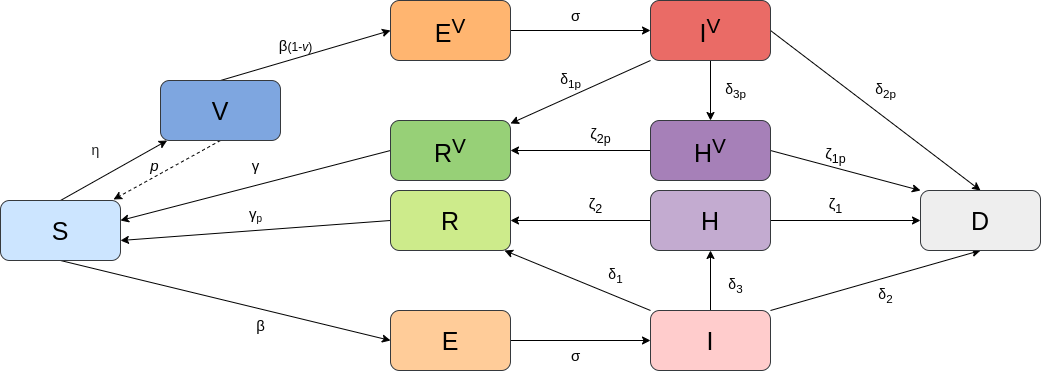
Above: COVID/SEIHRV.drawio.png in MarinaCatala/DiseaseSpread (draw.io), before the change. Source tidied: cells renumbered, new cells last; positions are measured from the earlier drawing's top-left corner, leaving out a move shared by most shapes.
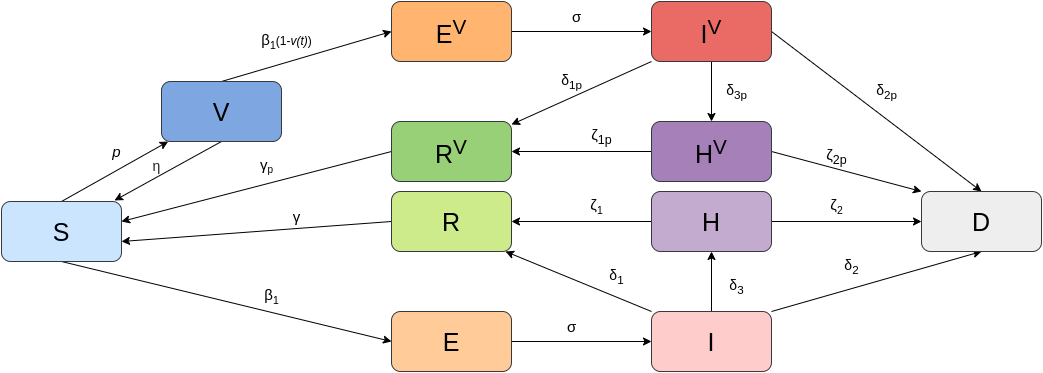
Above is the later version.

Diff of the diagram source:
```diff
@@ -84,7 +84,7 @@
     <mxCell id="27" style="edgeStyle=none;rounded=0;jettySize=auto;html=1;exitX=0.5;exitY=0;exitDx=0;exitDy=0;entryX=0;entryY=0.5;entryDx=0;entryDy=0;" parent="1" edge="1" source="29" target="26">
       <mxGeometry relative="1" as="geometry" />
     </mxCell>
-    <mxCell id="28" style="edgeStyle=none;rounded=0;jettySize=auto;html=1;exitX=0.5;exitY=1;exitDx=0;exitDy=0;entryX=0.942;entryY=-0.017;entryDx=0;entryDy=0;entryPerimeter=0;dashed=1;" parent="1" edge="1" source="29" target="4">
+    <mxCell id="28" style="edgeStyle=none;rounded=0;jettySize=auto;html=1;exitX=0.5;exitY=1;exitDx=0;exitDy=0;entryX=0.942;entryY=-0.017;entryDx=0;entryDy=0;entryPerimeter=0;" parent="1" edge="1" source="29" target="4">
       <mxGeometry relative="1" as="geometry" />
     </mxCell>
     <mxCell id="29" value="&lt;font style=&quot;font-size: 25px;&quot;&gt;V&lt;/font&gt;" style="rounded=1;whiteSpace=wrap;html=1;fillColor=#7EA6E0;strokeColor=#36393d;fillStyle=auto;" parent="1" vertex="1">
@@ -94,28 +94,28 @@
       <mxGeometry x="920" y="190" width="120" height="60" as="geometry" />
     </mxCell>
     <mxCell id="31" value="&lt;span style=&quot;color: rgb(32, 33, 34); font-family: sans-serif; font-size: 14px; text-align: start; background-color: rgb(255, 255, 255);&quot;&gt;η&lt;/span&gt;" style="text;html=1;align=center;verticalAlign=middle;strokeColor=none;fillColor=none;" parent="1" vertex="1">
-      <mxGeometry x="80" y="135" width="30" height="30" as="geometry" />
+      <mxGeometry x="140" y="150" width="30" height="30" as="geometry" />
     </mxCell>
-    <mxCell id="32" value="&lt;font style=&quot;font-size: 15px;&quot;&gt;&lt;span title=&quot;Texto en idioma griego&quot; lang=&quot;el&quot;&gt;&lt;a class=&quot;mw-selflink selflink&quot;&gt;β&lt;/a&gt;&lt;/span&gt;&lt;/font&gt;(1-&lt;i&gt;v&lt;/i&gt;)" style="text;html=1;align=center;verticalAlign=middle;strokeColor=none;fillColor=none;" parent="1" vertex="1">
-      <mxGeometry x="265" y="30" width="60" height="30" as="geometry" />
+    <mxCell id="32" value="&lt;font style=&quot;&quot;&gt;&lt;span style=&quot;&quot; title=&quot;Texto en idioma griego&quot; lang=&quot;el&quot;&gt;&lt;a style=&quot;&quot; class=&quot;mw-selflink selflink&quot;&gt;&lt;span style=&quot;font-size: 15px;&quot;&gt;β&lt;/span&gt;&lt;span style=&quot;font-size: 12.5px;&quot;&gt;&lt;sub&gt;1&lt;/sub&gt;&lt;/span&gt;&lt;/a&gt;&lt;/span&gt;&lt;/font&gt;(1-&lt;i&gt;v(t)&lt;/i&gt;)" style="text;html=1;align=center;verticalAlign=middle;strokeColor=none;fillColor=none;" parent="1" vertex="1">
+      <mxGeometry x="250" y="25" width="70" height="30" as="geometry" />
     </mxCell>
-    <mxCell id="33" value="&lt;font style=&quot;font-size: 15px;&quot;&gt;&lt;span title=&quot;Texto en idioma griego&quot; lang=&quot;el&quot;&gt;&lt;a class=&quot;mw-selflink selflink&quot;&gt;β&lt;/a&gt;&lt;/span&gt;&lt;/font&gt;" style="text;html=1;align=center;verticalAlign=middle;strokeColor=none;fillColor=none;" parent="1" vertex="1">
-      <mxGeometry x="245" y="310" width="30" height="30" as="geometry" />
+    <mxCell id="33" value="&lt;font style=&quot;&quot;&gt;&lt;span style=&quot;&quot; title=&quot;Texto en idioma griego&quot; lang=&quot;el&quot;&gt;&lt;a style=&quot;&quot; class=&quot;mw-selflink selflink&quot;&gt;&lt;span style=&quot;font-size: 15px;&quot;&gt;β&lt;/span&gt;&lt;span style=&quot;font-size: 12.5px;&quot;&gt;&lt;sub&gt;1&lt;/sub&gt;&lt;/span&gt;&lt;/a&gt;&lt;/span&gt;&lt;/font&gt;" style="text;html=1;align=center;verticalAlign=middle;strokeColor=none;fillColor=none;" parent="1" vertex="1">
+      <mxGeometry x="250" y="280" width="40" height="30" as="geometry" />
     </mxCell>
     <mxCell id="34" value="&lt;font style=&quot;font-size: 15px;&quot;&gt;&lt;i&gt;p&lt;/i&gt;&lt;/font&gt;" style="text;html=1;align=center;verticalAlign=middle;strokeColor=none;fillColor=none;" parent="1" vertex="1">
-      <mxGeometry x="139" y="150" width="30" height="30" as="geometry" />
+      <mxGeometry x="100" y="135" width="30" height="30" as="geometry" />
     </mxCell>
     <mxCell id="35" value="&lt;font size=&quot;1&quot;&gt;&lt;span dir=&quot;ltr&quot; role=&quot;presentation&quot; style=&quot;left: 420.737px; top: 214.429px; font-size: 15px; font-family: sans-serif; transform: scaleX(1.01565);&quot;&gt;γ&lt;/span&gt;&lt;/font&gt;" style="text;html=1;align=center;verticalAlign=middle;strokeColor=none;fillColor=none;" parent="1" vertex="1">
-      <mxGeometry x="240" y="150" width="30" height="30" as="geometry" />
+      <mxGeometry x="280" y="200" width="30" height="30" as="geometry" />
     </mxCell>
     <mxCell id="36" value="&lt;font size=&quot;1&quot;&gt;&lt;span dir=&quot;ltr&quot; role=&quot;presentation&quot; style=&quot;left: 420.737px; top: 214.429px; font-size: 15px; font-family: sans-serif; transform: scaleX(1.01565);&quot;&gt;γ&lt;/span&gt;&lt;/font&gt;&lt;sub&gt;p&lt;/sub&gt;" style="text;html=1;align=center;verticalAlign=middle;strokeColor=none;fillColor=none;" parent="1" vertex="1">
-      <mxGeometry x="235" y="200" width="40" height="30" as="geometry" />
+      <mxGeometry x="245" y="150" width="40" height="30" as="geometry" />
     </mxCell>
     <mxCell id="37" value="&lt;font style=&quot;font-size: 15px;&quot;&gt;&lt;span dir=&quot;ltr&quot; role=&quot;presentation&quot; style=&quot;left: 414.602px; top: 375.581px; font-family: sans-serif;&quot;&gt;&lt;/span&gt;&lt;span dir=&quot;ltr&quot; role=&quot;presentation&quot; style=&quot;left: 420.737px; top: 375.581px; font-family: sans-serif; transform: scaleX(1.04058);&quot;&gt;σ&lt;/span&gt;&lt;/font&gt;&lt;br&gt;&lt;font style=&quot;font-size: 15px;&quot;&gt;&lt;span dir=&quot;ltr&quot; role=&quot;presentation&quot; style=&quot;left: 420.737px; top: 375.581px; font-family: sans-serif; transform: scaleX(1.04058);&quot;&gt;&lt;/span&gt;&lt;/font&gt;&lt;font style=&quot;font-size: 15px;&quot;&gt;&lt;span dir=&quot;ltr&quot; role=&quot;presentation&quot; style=&quot;left: 420.737px; top: 375.581px; font-family: sans-serif; transform: scaleX(1.04058);&quot;&gt;&lt;/span&gt;&lt;/font&gt;" style="text;html=1;align=center;verticalAlign=middle;strokeColor=none;fillColor=none;fontSize=15;" parent="1" vertex="1">
       <mxGeometry x="560" width="30" height="30" as="geometry" />
     </mxCell>
     <mxCell id="38" value="&lt;font style=&quot;font-size: 15px;&quot;&gt;&lt;span dir=&quot;ltr&quot; role=&quot;presentation&quot; style=&quot;left: 414.602px; top: 375.581px; font-family: sans-serif;&quot;&gt;&lt;/span&gt;&lt;span dir=&quot;ltr&quot; role=&quot;presentation&quot; style=&quot;left: 420.737px; top: 375.581px; font-family: sans-serif; transform: scaleX(1.04058);&quot;&gt;σ&lt;/span&gt;&lt;/font&gt;&lt;br&gt;&lt;font style=&quot;font-size: 15px;&quot;&gt;&lt;span dir=&quot;ltr&quot; role=&quot;presentation&quot; style=&quot;left: 420.737px; top: 375.581px; font-family: sans-serif; transform: scaleX(1.04058);&quot;&gt;&lt;/span&gt;&lt;/font&gt;&lt;font style=&quot;font-size: 15px;&quot;&gt;&lt;span dir=&quot;ltr&quot; role=&quot;presentation&quot; style=&quot;left: 420.737px; top: 375.581px; font-family: sans-serif; transform: scaleX(1.04058);&quot;&gt;&lt;/span&gt;&lt;/font&gt;" style="text;html=1;align=center;verticalAlign=middle;strokeColor=none;fillColor=none;fontSize=15;" parent="1" vertex="1">
-      <mxGeometry x="560" y="340" width="30" height="30" as="geometry" />
+      <mxGeometry x="555" y="310" width="30" height="30" as="geometry" />
     </mxCell>
     <mxCell id="39" value="&lt;font style=&quot;font-size: 14px;&quot;&gt;&lt;span dir=&quot;ltr&quot; role=&quot;presentation&quot; style=&quot;left: 420.737px; top: 647.822px; font-family: sans-serif;&quot;&gt;δ&lt;/span&gt;&lt;span dir=&quot;ltr&quot; role=&quot;presentation&quot; style=&quot;left: 430.318px; top: 656.781px; font-family: sans-serif;&quot;&gt;&lt;sub&gt;1p&lt;/sub&gt;&lt;/span&gt;&lt;span dir=&quot;ltr&quot; role=&quot;presentation&quot; style=&quot;left: 438.142px; top: 656.781px; font-family: sans-serif;&quot;&gt;&lt;/span&gt;&lt;/font&gt;" style="text;html=1;align=center;verticalAlign=middle;strokeColor=none;fillColor=none;fontSize=15;" parent="1" vertex="1">
       <mxGeometry x="545" y="65" width="50" height="30" as="geometry" />
@@ -124,7 +124,7 @@
       <mxGeometry x="595" y="260" width="40" height="30" as="geometry" />
     </mxCell>
     <mxCell id="41" value="&lt;font style=&quot;font-size: 14px;&quot;&gt;&lt;span dir=&quot;ltr&quot; role=&quot;presentation&quot; style=&quot;left: 420.737px; top: 647.822px; font-family: sans-serif;&quot;&gt;δ&lt;/span&gt;&lt;span dir=&quot;ltr&quot; role=&quot;presentation&quot; style=&quot;left: 430.318px; top: 656.781px; font-family: sans-serif;&quot;&gt;&lt;sub&gt;2&lt;/sub&gt;&lt;/span&gt;&lt;/font&gt;" style="text;html=1;align=center;verticalAlign=middle;strokeColor=none;fillColor=none;fontSize=15;" parent="1" vertex="1">
-      <mxGeometry x="865" y="280" width="40" height="30" as="geometry" />
+      <mxGeometry x="830" y="250" width="40" height="30" as="geometry" />
     </mxCell>
     <mxCell id="42" value="&lt;font style=&quot;font-size: 14px;&quot;&gt;&lt;span dir=&quot;ltr&quot; role=&quot;presentation&quot; style=&quot;left: 420.737px; top: 647.822px; font-family: sans-serif;&quot;&gt;δ&lt;/span&gt;&lt;span dir=&quot;ltr&quot; role=&quot;presentation&quot; style=&quot;left: 430.318px; top: 656.781px; font-family: sans-serif;&quot;&gt;&lt;sub&gt;2p&lt;/sub&gt;&lt;/span&gt;&lt;/font&gt;" style="text;html=1;align=center;verticalAlign=middle;strokeColor=none;fillColor=none;fontSize=15;" parent="1" vertex="1">
       <mxGeometry x="860" y="75" width="50" height="30" as="geometry" />
@@ -135,17 +135,17 @@
     <mxCell id="44" value="&lt;font style=&quot;font-size: 14px;&quot;&gt;&lt;span dir=&quot;ltr&quot; role=&quot;presentation&quot; style=&quot;left: 420.737px; top: 647.822px; font-family: sans-serif;&quot;&gt;δ&lt;/span&gt;&lt;span dir=&quot;ltr&quot; role=&quot;presentation&quot; style=&quot;left: 430.318px; top: 656.781px; font-family: sans-serif;&quot;&gt;&lt;sub&gt;3&lt;/sub&gt;&lt;/span&gt;&lt;/font&gt;" style="text;html=1;align=center;verticalAlign=middle;strokeColor=none;fillColor=none;fontSize=15;" parent="1" vertex="1">
       <mxGeometry x="715" y="270" width="40" height="30" as="geometry" />
     </mxCell>
-    <mxCell id="45" value="&lt;font style=&quot;font-size: 15px;&quot;&gt;&lt;span dir=&quot;ltr&quot; role=&quot;presentation&quot; style=&quot;left: 498.37px; top: 647.822px; font-family: sans-serif;&quot;&gt;ζ&lt;/span&gt;&lt;span dir=&quot;ltr&quot; role=&quot;presentation&quot; style=&quot;left: 507.818px; top: 656.781px; font-family: sans-serif;&quot;&gt;&lt;sub&gt;2p&lt;/sub&gt;&lt;/span&gt;&lt;span dir=&quot;ltr&quot; role=&quot;presentation&quot; style=&quot;left: 515.642px; top: 656.781px; font-family: sans-serif;&quot;&gt;&lt;/span&gt;&lt;/font&gt;" style="text;html=1;align=center;verticalAlign=middle;strokeColor=none;fillColor=none;fontSize=14;" parent="1" vertex="1">
-      <mxGeometry x="575" y="120" width="50" height="30" as="geometry" />
+    <mxCell id="45" value="&lt;font style=&quot;font-size: 15px;&quot;&gt;&lt;span dir=&quot;ltr&quot; role=&quot;presentation&quot; style=&quot;left: 498.37px; top: 647.822px; font-family: sans-serif;&quot;&gt;ζ&lt;sub&gt;1&lt;/sub&gt;&lt;/span&gt;&lt;span dir=&quot;ltr&quot; role=&quot;presentation&quot; style=&quot;left: 507.818px; top: 656.781px; font-family: sans-serif;&quot;&gt;&lt;sub&gt;p&lt;/sub&gt;&lt;/span&gt;&lt;span dir=&quot;ltr&quot; role=&quot;presentation&quot; style=&quot;left: 515.642px; top: 656.781px; font-family: sans-serif;&quot;&gt;&lt;/span&gt;&lt;/font&gt;" style="text;html=1;align=center;verticalAlign=middle;strokeColor=none;fillColor=none;fontSize=14;" parent="1" vertex="1">
+      <mxGeometry x="580" y="115" width="40" height="40" as="geometry" />
     </mxCell>
-    <mxCell id="46" value="&lt;font style=&quot;font-size: 15px;&quot;&gt;&lt;span dir=&quot;ltr&quot; role=&quot;presentation&quot; style=&quot;left: 498.37px; top: 647.822px; font-family: sans-serif;&quot;&gt;ζ&lt;/span&gt;&lt;span dir=&quot;ltr&quot; role=&quot;presentation&quot; style=&quot;left: 507.818px; top: 656.781px; font-family: sans-serif;&quot;&gt;&lt;sub&gt;2&lt;/sub&gt;&lt;/span&gt;&lt;/font&gt;" style="text;html=1;align=center;verticalAlign=middle;strokeColor=none;fillColor=none;fontSize=14;" parent="1" vertex="1">
+    <mxCell id="46" value="&lt;font style=&quot;&quot;&gt;&lt;span dir=&quot;ltr&quot; role=&quot;presentation&quot; style=&quot;left: 498.37px; top: 647.822px; font-family: sans-serif;&quot;&gt;&lt;span style=&quot;font-size: 15px;&quot;&gt;ζ&lt;/span&gt;&lt;span style=&quot;font-size: 12.5px;&quot;&gt;&lt;sub&gt;1&lt;/sub&gt;&lt;/span&gt;&lt;/span&gt;&lt;/font&gt;" style="text;html=1;align=center;verticalAlign=middle;strokeColor=none;fillColor=none;fontSize=14;" parent="1" vertex="1">
       <mxGeometry x="575" y="190" width="40" height="30" as="geometry" />
     </mxCell>
-    <mxCell id="47" value="&lt;font style=&quot;font-size: 15px;&quot;&gt;&lt;span dir=&quot;ltr&quot; role=&quot;presentation&quot; style=&quot;left: 498.37px; top: 647.822px; font-family: sans-serif;&quot;&gt;ζ&lt;/span&gt;&lt;span dir=&quot;ltr&quot; role=&quot;presentation&quot; style=&quot;left: 507.818px; top: 656.781px; font-family: sans-serif;&quot;&gt;&lt;sub&gt;1&lt;/sub&gt;&lt;/span&gt;&lt;/font&gt;" style="text;html=1;align=center;verticalAlign=middle;strokeColor=none;fillColor=none;fontSize=14;" parent="1" vertex="1">
+    <mxCell id="47" value="&lt;font style=&quot;&quot;&gt;&lt;span dir=&quot;ltr&quot; role=&quot;presentation&quot; style=&quot;left: 498.37px; top: 647.822px; font-family: sans-serif;&quot;&gt;&lt;span style=&quot;font-size: 15px;&quot;&gt;ζ&lt;/span&gt;&lt;span style=&quot;font-size: 12.5px;&quot;&gt;&lt;sub&gt;2&lt;/sub&gt;&lt;/span&gt;&lt;/span&gt;&lt;/font&gt;" style="text;html=1;align=center;verticalAlign=middle;strokeColor=none;fillColor=none;fontSize=14;" parent="1" vertex="1">
       <mxGeometry x="815" y="190" width="40" height="30" as="geometry" />
     </mxCell>
-    <mxCell id="48" value="&lt;font style=&quot;font-size: 15px;&quot;&gt;&lt;span dir=&quot;ltr&quot; role=&quot;presentation&quot; style=&quot;left: 498.37px; top: 647.822px; font-family: sans-serif;&quot;&gt;ζ&lt;/span&gt;&lt;span dir=&quot;ltr&quot; role=&quot;presentation&quot; style=&quot;left: 507.818px; top: 656.781px; font-family: sans-serif;&quot;&gt;&lt;sub&gt;1p&lt;/sub&gt;&lt;/span&gt;&lt;/font&gt;" style="text;html=1;align=center;verticalAlign=middle;strokeColor=none;fillColor=none;fontSize=14;" parent="1" vertex="1">
-      <mxGeometry x="810" y="140" width="50" height="30" as="geometry" />
+    <mxCell id="48" value="&lt;font style=&quot;font-size: 15px;&quot;&gt;&lt;span dir=&quot;ltr&quot; role=&quot;presentation&quot; style=&quot;left: 498.37px; top: 647.822px; font-family: sans-serif;&quot;&gt;ζ&lt;sub&gt;2&lt;/sub&gt;&lt;/span&gt;&lt;span dir=&quot;ltr&quot; role=&quot;presentation&quot; style=&quot;left: 507.818px; top: 656.781px; font-family: sans-serif;&quot;&gt;&lt;sub&gt;p&lt;/sub&gt;&lt;/span&gt;&lt;/font&gt;" style="text;html=1;align=center;verticalAlign=middle;strokeColor=none;fillColor=none;fontSize=14;" parent="1" vertex="1">
+      <mxGeometry x="815" y="135" width="40" height="40" as="geometry" />
     </mxCell>
   </root>
 </mxGraphModel>
```
